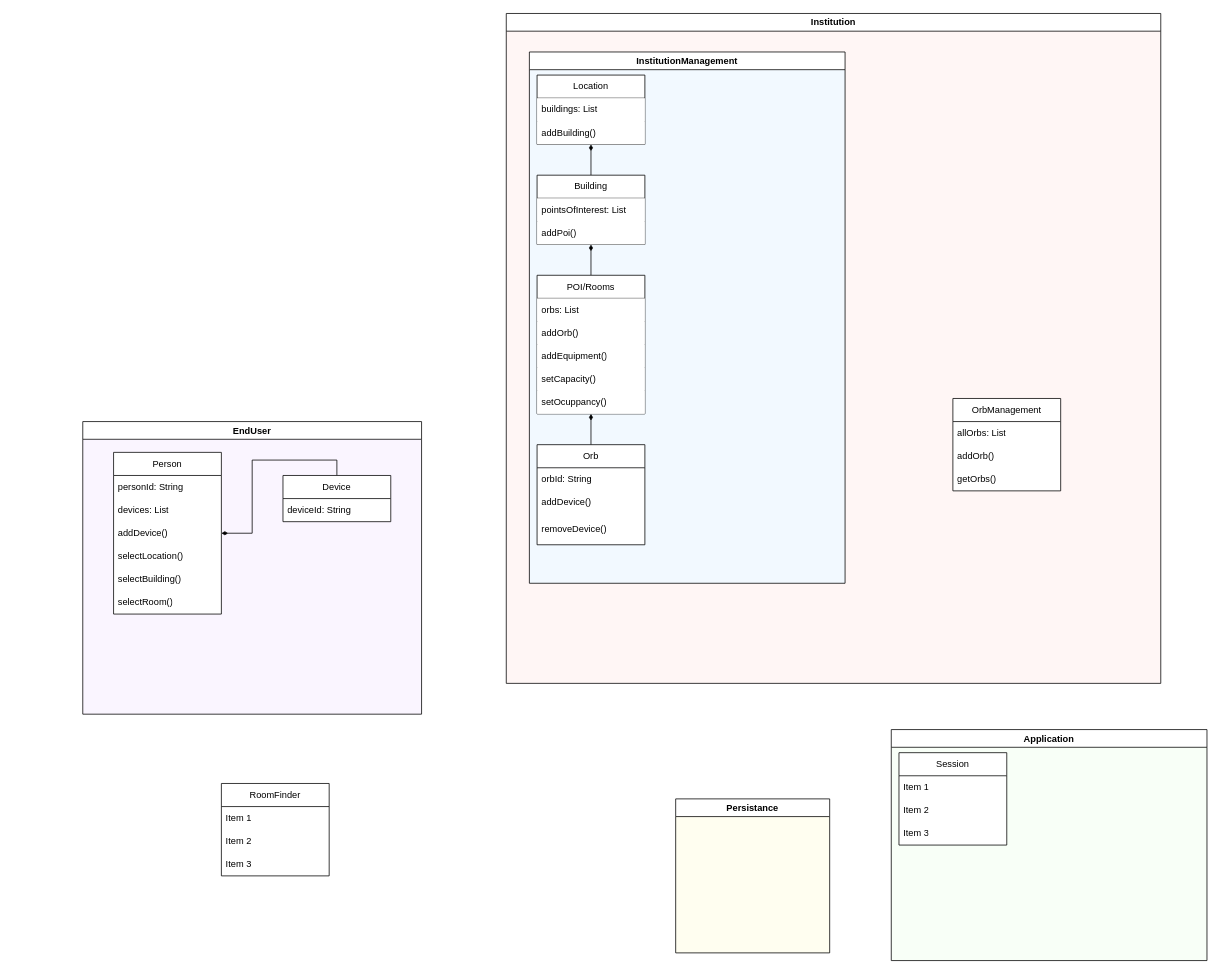
Earlier version of the draw.io diagram PM3_domain_model.drawio (phyllomenous/PM3_DomainModel). Source tidied: cells renumbered, new cells numbered last; positions are measured from the earlier drawing's top-left corner, leaving out a move shared by most shapes. Both pictures are drawn from the tidied source at 77%, with x=0, y=0 at pixel (82, 13).
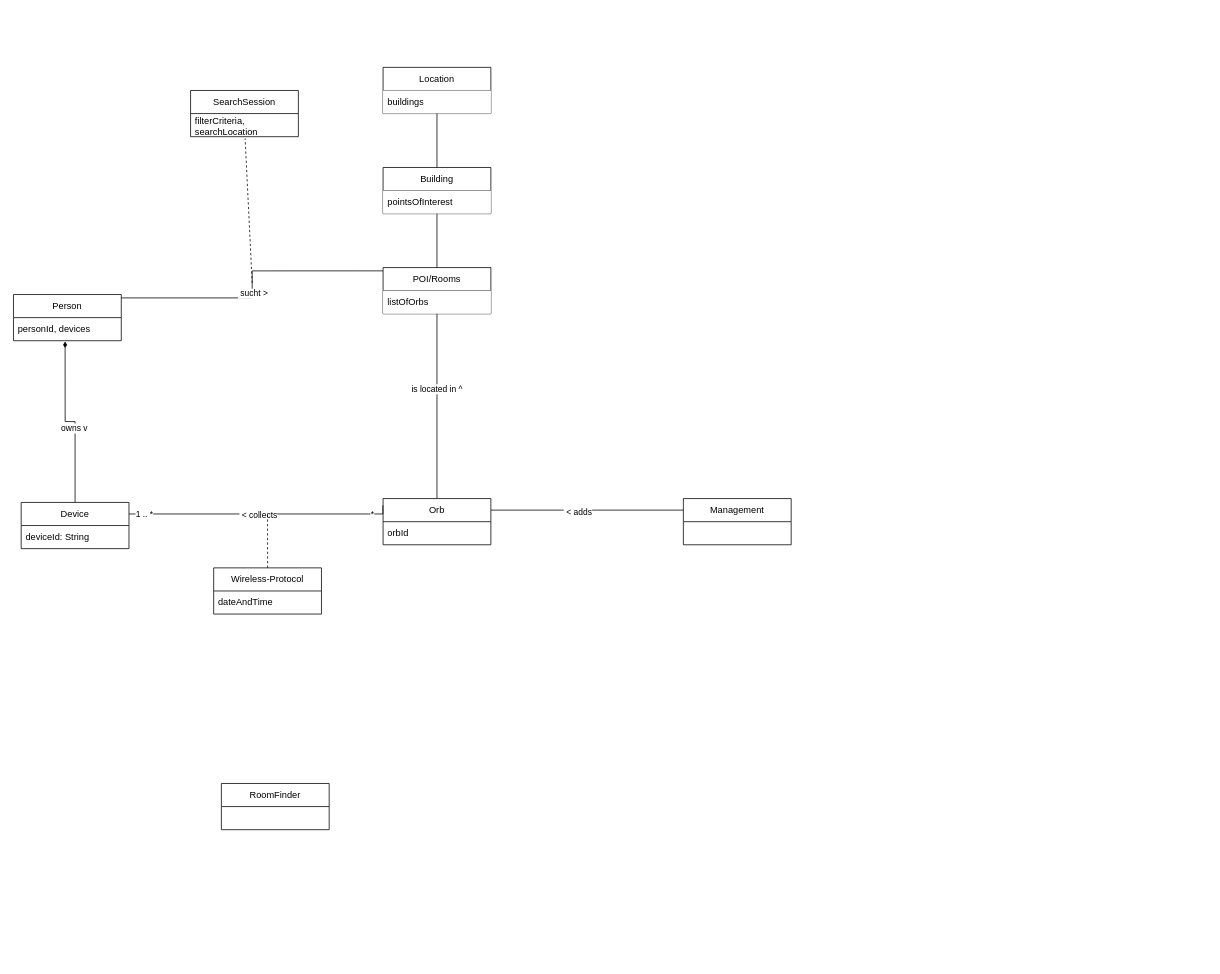
The same page after the edit.

The edit, as a diff of the source:
```diff
@@
-    <mxCell id="2" value="EndUser" style="swimlane;whiteSpace=wrap;html=1;swimlaneFillColor=#FAF5FF;" parent="1" vertex="1">
-      <mxGeometry y="530" width="440" height="380" as="geometry" />
-    </mxCell>
+    <mxCell id="18" value="RoomFinder" style="swimlane;fontStyle=0;horizontal=1;startSize=30;whiteSpace=wrap;html=1;swimlaneFillColor=default;" parent="1" vertex="1">
+      <mxGeometry x="180" y="1000" width="140" height="60" as="geometry" />
+    </mxCell>
+    <mxCell id="48" style="edgeStyle=orthogonalEdgeStyle;rounded=0;jettySize=auto;html=1;exitX=0;exitY=0.25;exitDx=0;exitDy=0;entryX=1;entryY=0.25;entryDx=0;entryDy=0;endArrow=none;endFill=0;" parent="1" edge="1" source="50" target="40">
+      <mxGeometry relative="1" as="geometry" />
+    </mxCell>
+    <mxCell id="49" value="&amp;nbsp;&amp;lt; adds" style="edgeLabel;html=1;align=center;verticalAlign=middle;" parent="48" vertex="1">
+      <mxGeometry x="0.1" y="2" relative="1" as="geometry" />
+    </mxCell>
+    <mxCell id="50" value="Management" style="swimlane;fontStyle=0;horizontal=1;startSize=30;whiteSpace=wrap;html=1;swimlaneFillColor=default;" parent="1" vertex="1">
+      <mxGeometry x="780" y="630" width="140" height="60" as="geometry" />
+    </mxCell>
+    <mxCell id="51" style="edgeStyle=orthogonalEdgeStyle;rounded=0;jettySize=auto;html=1;exitX=0.993;exitY=0.073;exitDx=0;exitDy=0;entryX=0.001;entryY=0.071;entryDx=0;entryDy=0;entryPerimeter=0;endArrow=none;endFill=0;exitPerimeter=0;" parent="1" edge="1" source="3" target="29">
+      <mxGeometry relative="1" as="geometry" />
+    </mxCell>
+    <mxCell id="52" value="&amp;nbsp;sucht &amp;gt; " style="edgeLabel;html=1;align=center;verticalAlign=middle;" parent="51" vertex="1">
+      <mxGeometry x="-0.06" relative="1" as="geometry" />
+    </mxCell>
+    <mxCell id="25" value="Location" style="swimlane;fontStyle=0;horizontal=1;startSize=30;whiteSpace=wrap;html=1;swimlaneFillColor=default;" parent="1" vertex="1">
+      <mxGeometry x="390" y="70" width="140" height="60" as="geometry" />
+    </mxCell>
+    <mxCell id="26" value="buildings" style="text;strokeColor=none;fillColor=default;align=left;verticalAlign=middle;spacingLeft=4;spacingRight=4;overflow=hidden;whiteSpace=wrap;html=1;" parent="25" vertex="1">
+      <mxGeometry y="30" width="140" height="30" as="geometry" />
+    </mxCell>
+    <mxCell id="36" value="Building" style="swimlane;fontStyle=0;horizontal=1;startSize=30;whiteSpace=wrap;html=1;swimlaneFillColor=default;" parent="1" vertex="1">
+      <mxGeometry x="390" y="200" width="140" height="60" as="geometry" />
+    </mxCell>
+    <mxCell id="37" value="pointsOfInterest" style="text;strokeColor=none;fillColor=default;align=left;verticalAlign=middle;spacingLeft=4;spacingRight=4;overflow=hidden;whiteSpace=wrap;html=1;" parent="36" vertex="1">
+      <mxGeometry y="30" width="140" height="30" as="geometry" />
+    </mxCell>
+    <mxCell id="29" value="POI/Rooms" style="swimlane;fontStyle=0;horizontal=1;startSize=30;whiteSpace=wrap;html=1;swimlaneFillColor=default;" parent="1" vertex="1">
+      <mxGeometry x="390" y="330" width="140" height="60" as="geometry" />
+    </mxCell>
+    <mxCell id="30" value="listOfOrbs" style="text;strokeColor=none;fillColor=default;align=left;verticalAlign=middle;spacingLeft=4;spacingRight=4;overflow=hidden;whiteSpace=wrap;html=1;" parent="29" vertex="1">
+      <mxGeometry y="30" width="140" height="30" as="geometry" />
+    </mxCell>
+    <mxCell id="40" value="Orb" style="swimlane;fontStyle=0;horizontal=1;startSize=30;whiteSpace=wrap;html=1;swimlaneFillColor=default;" parent="1" vertex="1">
+      <mxGeometry x="390" y="630" width="140" height="60" as="geometry" />
+    </mxCell>
+    <mxCell id="41" value="orbId" style="text;strokeColor=none;fillColor=none;align=left;verticalAlign=middle;spacingLeft=4;spacingRight=4;overflow=hidden;whiteSpace=wrap;html=1;" parent="40" vertex="1">
+      <mxGeometry y="30" width="140" height="30" as="geometry" />
+    </mxCell>
+    <mxCell id="35" style="edgeStyle=orthogonalEdgeStyle;rounded=0;jettySize=auto;html=1;exitX=0.5;exitY=0;exitDx=0;exitDy=0;endArrow=none;endFill=0;" parent="1" edge="1" source="36" target="25">
+      <mxGeometry relative="1" as="geometry" />
+    </mxCell>
+    <mxCell id="28" style="edgeStyle=orthogonalEdgeStyle;rounded=0;jettySize=auto;html=1;exitX=0.5;exitY=0;exitDx=0;exitDy=0;endArrow=none;endFill=0;" parent="1" edge="1" source="29" target="36">
+      <mxGeometry relative="1" as="geometry" />
+    </mxCell>
+    <mxCell id="39" style="edgeStyle=orthogonalEdgeStyle;rounded=0;jettySize=auto;html=1;exitX=0.5;exitY=0;exitDx=0;exitDy=0;endArrow=none;endFill=0;" parent="1" edge="1" source="40" target="29">
+      <mxGeometry relative="1" as="geometry" />
+    </mxCell>
+    <mxCell id="53" value="is located in ^" style="edgeLabel;html=1;align=center;verticalAlign=middle;" parent="39" vertex="1">
+      <mxGeometry x="0.19" y="1" relative="1" as="geometry" />
+    </mxCell>
+    <mxCell id="54" style="edgeStyle=orthogonalEdgeStyle;rounded=0;jettySize=auto;html=1;exitX=1;exitY=0.25;exitDx=0;exitDy=0;entryX=-0.002;entryY=0.147;entryDx=0;entryDy=0;entryPerimeter=0;endArrow=none;endFill=0;" parent="1" edge="1" source="11" target="40">
+      <mxGeometry relative="1" as="geometry">
+        <Array as="points">
+          <mxPoint x="70" y="650" />
+          <mxPoint x="90" y="650" />
+        </Array>
+      </mxGeometry>
+    </mxCell>
+    <mxCell id="55" value="&amp;nbsp;&amp;lt; collects" style="edgeLabel;html=1;align=center;verticalAlign=middle;" parent="54" vertex="1">
+      <mxGeometry x="-0.02" y="-1" relative="1" as="geometry" />
+    </mxCell>
+    <mxCell id="56" value="1 .. *" style="edgeLabel;html=1;align=center;verticalAlign=middle;" parent="54" vertex="1">
+      <mxGeometry x="-0.89" relative="1" as="geometry" />
+    </mxCell>
+    <mxCell id="57" value="*" style="edgeLabel;html=1;align=center;verticalAlign=middle;" parent="54" vertex="1">
+      <mxGeometry x="0.85" relative="1" as="geometry" />
+    </mxCell>
+    <mxCell id="58" value="Wireless-Protocol" style="swimlane;fontStyle=0;horizontal=1;startSize=30;whiteSpace=wrap;html=1;" parent="1" vertex="1">
+      <mxGeometry x="170" y="720" width="140" height="60" as="geometry" />
+    </mxCell>
+    <mxCell id="59" value="dateAndTime" style="text;strokeColor=none;fillColor=none;align=left;verticalAlign=middle;spacingLeft=4;spacingRight=4;overflow=hidden;whiteSpace=wrap;html=1;" parent="58" vertex="1">
+      <mxGeometry y="30" width="140" height="30" as="geometry" />
+    </mxCell>
+    <mxCell id="60" style="endArrow=none;dashed=1;html=1;rounded=0;exitX=0.5;exitY=0;exitDx=0;exitDy=0;" parent="1" edge="1" source="58">
+      <mxGeometry relative="1" as="geometry">
+        <mxPoint x="240" y="650" as="targetPoint" />
+      </mxGeometry>
+    </mxCell>
+    <mxCell id="61" value="SearchSession" style="swimlane;fontStyle=0;horizontal=1;startSize=30;whiteSpace=wrap;html=1;" parent="1" vertex="1">
+      <mxGeometry x="140" y="100" width="140" height="60" as="geometry" />
+    </mxCell>
+    <mxCell id="62" value="filterCriteria, searchLocation" style="text;strokeColor=none;fillColor=none;align=left;verticalAlign=middle;spacingLeft=4;spacingRight=4;overflow=hidden;points=[[0,0.5],[1,0.5]];portConstraint=eastwest;whiteSpace=wrap;html=1;" parent="61" vertex="1">
+      <mxGeometry y="30" width="140" height="30" as="geometry" />
+    </mxCell>
+    <mxCell id="63" style="endArrow=none;dashed=1;html=1;rounded=0;entryX=0.506;entryY=1.081;entryDx=0;entryDy=0;entryPerimeter=0;" parent="1" edge="1" target="62">
+      <mxGeometry relative="1" as="geometry">
+        <mxPoint x="220" y="350" as="sourcePoint" />
+      </mxGeometry>
+    </mxCell>
-    <mxCell id="3" value="Person" style="swimlane;fontStyle=0;horizontal=1;startSize=30;whiteSpace=wrap;html=1;swimlaneFillColor=default;" parent="2" vertex="1">
-      <mxGeometry x="40" y="40" width="140" height="210" as="geometry" />
+    <mxCell id="3" value="Person" style="swimlane;fontStyle=0;horizontal=1;startSize=30;whiteSpace=wrap;html=1;swimlaneFillColor=default;" parent="1" vertex="1">
+      <mxGeometry x="-90" y="365" width="140" height="60" as="geometry" />
     </mxCell>
-    <mxCell id="4" value="personId: String" style="text;strokeColor=none;fillColor=none;align=left;verticalAlign=middle;spacingLeft=4;spacingRight=4;overflow=hidden;points=[[0,0.5],[1,0.5]];portConstraint=eastwest;whiteSpace=wrap;html=1;" parent="3" vertex="1">
+    <mxCell id="4" value="personId, devices" style="text;strokeColor=none;fillColor=none;align=left;verticalAlign=middle;spacingLeft=4;spacingRight=4;overflow=hidden;points=[[0,0.5],[1,0.5]];portConstraint=eastwest;whiteSpace=wrap;html=1;" parent="3" vertex="1">
       <mxGeometry y="30" width="140" height="30" as="geometry" />
     </mxCell>
-    <mxCell id="5" value="devices: List" style="text;strokeColor=none;fillColor=none;align=left;verticalAlign=middle;spacingLeft=4;spacingRight=4;overflow=hidden;whiteSpace=wrap;html=1;" parent="3" vertex="1">
-      <mxGeometry y="60" width="140" height="30" as="geometry" />
-    </mxCell>
-    <mxCell id="6" value="addDevice()" style="text;strokeColor=none;fillColor=none;align=left;verticalAlign=middle;spacingLeft=4;spacingRight=4;overflow=hidden;whiteSpace=wrap;html=1;" parent="3" vertex="1">
-      <mxGeometry y="90" width="140" height="30" as="geometry" />
-    </mxCell>
-    <mxCell id="7" value="&lt;div&gt;selectLocation()&lt;/div&gt;" style="text;strokeColor=none;fillColor=none;align=left;verticalAlign=middle;spacingLeft=4;spacingRight=4;overflow=hidden;whiteSpace=wrap;html=1;" parent="3" vertex="1">
-      <mxGeometry y="120" width="140" height="30" as="geometry" />
-    </mxCell>
-    <mxCell id="8" value="&lt;div&gt;selectBuilding()&lt;/div&gt;" style="text;strokeColor=none;fillColor=none;align=left;verticalAlign=middle;spacingLeft=4;spacingRight=4;overflow=hidden;whiteSpace=wrap;html=1;" parent="3" vertex="1">
-      <mxGeometry y="150" width="140" height="30" as="geometry" />
-    </mxCell>
-    <mxCell id="9" value="&lt;div&gt;selectRoom()&lt;/div&gt;" style="text;strokeColor=none;fillColor=none;align=left;verticalAlign=middle;spacingLeft=4;spacingRight=4;overflow=hidden;whiteSpace=wrap;html=1;" parent="3" vertex="1">
-      <mxGeometry y="180" width="140" height="30" as="geometry" />
-    </mxCell>
-    <mxCell id="10" style="edgeStyle=orthogonalEdgeStyle;rounded=0;jettySize=auto;html=1;exitX=0.5;exitY=0;exitDx=0;exitDy=0;endArrow=diamondThin;endFill=1;" parent="2" edge="1" source="11" target="3">
-      <mxGeometry relative="1" as="geometry" />
-    </mxCell>
-    <mxCell id="11" value="Device" style="swimlane;fontStyle=0;horizontal=1;startSize=30;whiteSpace=wrap;html=1;swimlaneFillColor=default;" parent="2" vertex="1">
-      <mxGeometry x="260" y="70" width="140" height="60" as="geometry" />
+    <mxCell id="11" value="Device" style="swimlane;fontStyle=0;horizontal=1;startSize=30;whiteSpace=wrap;html=1;swimlaneFillColor=default;" parent="1" vertex="1">
+      <mxGeometry x="-80" y="635" width="140" height="60" as="geometry" />
     </mxCell>
@@
-    <mxCell id="13" value="Application" style="swimlane;whiteSpace=wrap;html=1;startSize=23;swimlaneFillColor=#F8FFF7;" parent="1" vertex="1">
-      <mxGeometry x="1050" y="930" width="410" height="300" as="geometry" />
-    </mxCell>
-    <mxCell id="14" value="Session" style="swimlane;fontStyle=0;horizontal=1;startSize=30;whiteSpace=wrap;html=1;swimlaneFillColor=default;" parent="13" vertex="1">
-      <mxGeometry x="10" y="30" width="140" height="120" as="geometry" />
-    </mxCell>
-    <mxCell id="15" value="Item 1" style="text;strokeColor=none;fillColor=none;align=left;verticalAlign=middle;spacingLeft=4;spacingRight=4;overflow=hidden;whiteSpace=wrap;html=1;" parent="14" vertex="1">
-      <mxGeometry y="30" width="140" height="30" as="geometry" />
-    </mxCell>
-    <mxCell id="16" value="Item 2" style="text;strokeColor=none;fillColor=none;align=left;verticalAlign=middle;spacingLeft=4;spacingRight=4;overflow=hidden;whiteSpace=wrap;html=1;" parent="14" vertex="1">
-      <mxGeometry y="60" width="140" height="30" as="geometry" />
-    </mxCell>
-    <mxCell id="17" value="Item 3" style="text;strokeColor=none;fillColor=none;align=left;verticalAlign=middle;spacingLeft=4;spacingRight=4;overflow=hidden;whiteSpace=wrap;html=1;" parent="14" vertex="1">
-      <mxGeometry y="90" width="140" height="30" as="geometry" />
-    </mxCell>
-    <mxCell id="18" value="RoomFinder" style="swimlane;fontStyle=0;horizontal=1;startSize=30;whiteSpace=wrap;html=1;" parent="1" vertex="1">
-      <mxGeometry x="180" y="1000" width="140" height="120" as="geometry" />
-    </mxCell>
-    <mxCell id="19" value="Item 1" style="text;strokeColor=none;fillColor=none;align=left;verticalAlign=middle;spacingLeft=4;spacingRight=4;overflow=hidden;whiteSpace=wrap;html=1;" parent="18" vertex="1">
-      <mxGeometry y="30" width="140" height="30" as="geometry" />
-    </mxCell>
-    <mxCell id="20" value="Item 2" style="text;strokeColor=none;fillColor=none;align=left;verticalAlign=middle;spacingLeft=4;spacingRight=4;overflow=hidden;whiteSpace=wrap;html=1;" parent="18" vertex="1">
-      <mxGeometry y="60" width="140" height="30" as="geometry" />
-    </mxCell>
-    <mxCell id="21" value="Item 3" style="text;strokeColor=none;fillColor=none;align=left;verticalAlign=middle;spacingLeft=4;spacingRight=4;overflow=hidden;whiteSpace=wrap;html=1;" parent="18" vertex="1">
-      <mxGeometry y="90" width="140" height="30" as="geometry" />
-    </mxCell>
-    <mxCell id="22" value="&lt;div&gt;Persistance&lt;/div&gt;" style="swimlane;whiteSpace=wrap;html=1;swimlaneFillColor=#FFFEF0;" parent="1" vertex="1">
-      <mxGeometry x="770" y="1020" width="200" height="200" as="geometry" />
-    </mxCell>
-    <mxCell id="23" value="Institution" style="swimlane;whiteSpace=wrap;html=1;swimlaneFillColor=#FFF6F5;" parent="1" vertex="1">
-      <mxGeometry x="550" width="850" height="870" as="geometry" />
-    </mxCell>
-    <mxCell id="24" value="InstitutionManagement" style="swimlane;whiteSpace=wrap;html=1;swimlaneFillColor=#F2F9FF;startSize=23;" parent="23" vertex="1">
-      <mxGeometry x="30" y="50" width="410" height="690" as="geometry" />
-    </mxCell>
-    <mxCell id="25" value="Location" style="swimlane;fontStyle=0;horizontal=1;startSize=30;whiteSpace=wrap;html=1;swimlaneFillColor=default;" parent="24" vertex="1">
-      <mxGeometry x="10" y="30" width="140" height="90" as="geometry" />
-    </mxCell>
-    <mxCell id="26" value="buildings: List" style="text;strokeColor=none;fillColor=default;align=left;verticalAlign=middle;spacingLeft=4;spacingRight=4;overflow=hidden;whiteSpace=wrap;html=1;" parent="25" vertex="1">
-      <mxGeometry y="30" width="140" height="30" as="geometry" />
-    </mxCell>
-    <mxCell id="27" value="addBuilding()" style="text;strokeColor=none;fillColor=default;align=left;verticalAlign=middle;spacingLeft=4;spacingRight=4;overflow=hidden;whiteSpace=wrap;html=1;" parent="25" vertex="1">
-      <mxGeometry y="60" width="140" height="30" as="geometry" />
-    </mxCell>
-    <mxCell id="28" style="edgeStyle=orthogonalEdgeStyle;rounded=0;jettySize=auto;html=1;exitX=0.5;exitY=0;exitDx=0;exitDy=0;endArrow=diamondThin;endFill=1;" parent="24" edge="1" source="29" target="36">
-      <mxGeometry relative="1" as="geometry" />
-    </mxCell>
-    <mxCell id="29" value="POI/Rooms" style="swimlane;fontStyle=0;horizontal=1;startSize=30;whiteSpace=wrap;html=1;swimlaneFillColor=default;" parent="24" vertex="1">
-      <mxGeometry x="10" y="290" width="140" height="180" as="geometry" />
-    </mxCell>
-    <mxCell id="30" value="orbs: List" style="text;strokeColor=none;fillColor=default;align=left;verticalAlign=middle;spacingLeft=4;spacingRight=4;overflow=hidden;whiteSpace=wrap;html=1;" parent="29" vertex="1">
-      <mxGeometry y="30" width="140" height="30" as="geometry" />
-    </mxCell>
-    <mxCell id="31" value="addOrb()" style="text;strokeColor=none;fillColor=default;align=left;verticalAlign=middle;spacingLeft=4;spacingRight=4;overflow=hidden;whiteSpace=wrap;html=1;" parent="29" vertex="1">
-      <mxGeometry y="60" width="140" height="30" as="geometry" />
-    </mxCell>
-    <mxCell id="32" value="addEquipment()" style="text;strokeColor=none;fillColor=default;align=left;verticalAlign=middle;spacingLeft=4;spacingRight=4;overflow=hidden;whiteSpace=wrap;html=1;" parent="29" vertex="1">
-      <mxGeometry y="90" width="140" height="30" as="geometry" />
-    </mxCell>
-    <mxCell id="33" value="setCapacity()" style="text;strokeColor=none;fillColor=default;align=left;verticalAlign=middle;spacingLeft=4;spacingRight=4;overflow=hidden;whiteSpace=wrap;html=1;" parent="29" vertex="1">
-      <mxGeometry y="120" width="140" height="30" as="geometry" />
-    </mxCell>
-    <mxCell id="34" value="setOcuppancy()" style="text;strokeColor=none;fillColor=default;align=left;verticalAlign=middle;spacingLeft=4;spacingRight=4;overflow=hidden;whiteSpace=wrap;html=1;" parent="29" vertex="1">
-      <mxGeometry y="150" width="140" height="30" as="geometry" />
-    </mxCell>
-    <mxCell id="35" style="edgeStyle=orthogonalEdgeStyle;rounded=0;jettySize=auto;html=1;exitX=0.5;exitY=0;exitDx=0;exitDy=0;endArrow=diamondThin;endFill=1;" parent="24" edge="1" source="36" target="25">
-      <mxGeometry relative="1" as="geometry" />
-    </mxCell>
-    <mxCell id="36" value="Building" style="swimlane;fontStyle=0;horizontal=1;startSize=30;whiteSpace=wrap;html=1;swimlaneFillColor=default;" parent="24" vertex="1">
-      <mxGeometry x="10" y="160" width="140" height="90" as="geometry" />
-    </mxCell>
-    <mxCell id="37" value="pointsOfInterest: List" style="text;strokeColor=none;fillColor=default;align=left;verticalAlign=middle;spacingLeft=4;spacingRight=4;overflow=hidden;whiteSpace=wrap;html=1;" parent="36" vertex="1">
-      <mxGeometry y="30" width="140" height="30" as="geometry" />
-    </mxCell>
-    <mxCell id="38" value="addPoi()" style="text;strokeColor=none;fillColor=default;align=left;verticalAlign=middle;spacingLeft=4;spacingRight=4;overflow=hidden;whiteSpace=wrap;html=1;" parent="36" vertex="1">
-      <mxGeometry y="60" width="140" height="30" as="geometry" />
-    </mxCell>
-    <mxCell id="39" style="edgeStyle=orthogonalEdgeStyle;rounded=0;jettySize=auto;html=1;exitX=0.5;exitY=0;exitDx=0;exitDy=0;endArrow=diamondThin;endFill=1;" parent="24" edge="1" source="40" target="29">
-      <mxGeometry relative="1" as="geometry" />
-    </mxCell>
-    <mxCell id="40" value="Orb" style="swimlane;fontStyle=0;horizontal=1;startSize=30;whiteSpace=wrap;html=1;swimlaneFillColor=default;" parent="24" vertex="1">
-      <mxGeometry x="10" y="510" width="140" height="130" as="geometry" />
-    </mxCell>
-    <mxCell id="41" value="orbId: String" style="text;strokeColor=none;fillColor=none;align=left;verticalAlign=middle;spacingLeft=4;spacingRight=4;overflow=hidden;whiteSpace=wrap;html=1;" parent="40" vertex="1">
-      <mxGeometry y="30" width="140" height="30" as="geometry" />
-    </mxCell>
-    <mxCell id="42" value="addDevice()" style="text;strokeColor=none;fillColor=none;align=left;verticalAlign=middle;spacingLeft=4;spacingRight=4;overflow=hidden;whiteSpace=wrap;html=1;" parent="40" vertex="1">
-      <mxGeometry y="60" width="140" height="30" as="geometry" />
-    </mxCell>
-    <mxCell id="43" value="removeDevice()" style="text;strokeColor=none;fillColor=none;align=left;verticalAlign=middle;spacingLeft=4;spacingRight=4;overflow=hidden;whiteSpace=wrap;html=1;" parent="40" vertex="1">
-      <mxGeometry y="90" width="140" height="40" as="geometry" />
-    </mxCell>
-    <mxCell id="44" value="OrbManagement" style="swimlane;fontStyle=0;horizontal=1;startSize=30;whiteSpace=wrap;html=1;swimlaneFillColor=default;" parent="23" vertex="1">
-      <mxGeometry x="580" y="500" width="140" height="120" as="geometry" />
-    </mxCell>
-    <mxCell id="45" value="allOrbs: List" style="text;strokeColor=none;fillColor=none;align=left;verticalAlign=middle;spacingLeft=4;spacingRight=4;overflow=hidden;whiteSpace=wrap;html=1;" parent="44" vertex="1">
-      <mxGeometry y="30" width="140" height="30" as="geometry" />
-    </mxCell>
-    <mxCell id="46" value="addOrb()" style="text;strokeColor=none;fillColor=none;align=left;verticalAlign=middle;spacingLeft=4;spacingRight=4;overflow=hidden;whiteSpace=wrap;html=1;" parent="44" vertex="1">
-      <mxGeometry y="60" width="140" height="30" as="geometry" />
-    </mxCell>
-    <mxCell id="47" value="getOrbs()" style="text;strokeColor=none;fillColor=none;align=left;verticalAlign=middle;spacingLeft=4;spacingRight=4;overflow=hidden;whiteSpace=wrap;html=1;" parent="44" vertex="1">
-      <mxGeometry y="90" width="140" height="30" as="geometry" />
-    </mxCell>
+    <mxCell id="10" style="edgeStyle=orthogonalEdgeStyle;rounded=0;jettySize=auto;html=1;exitX=0.5;exitY=0;exitDx=0;exitDy=0;endArrow=diamondThin;endFill=1;entryX=0.479;entryY=1.028;entryDx=0;entryDy=0;entryPerimeter=0;" parent="1" edge="1" source="11" target="4">
+      <mxGeometry relative="1" as="geometry" />
+    </mxCell>
+    <mxCell id="64" value="&lt;div&gt;owns v&lt;/div&gt;" style="edgeLabel;html=1;align=center;verticalAlign=middle;" parent="10" vertex="1">
+      <mxGeometry x="-0.13" y="2" relative="1" as="geometry" />
+    </mxCell>
```
